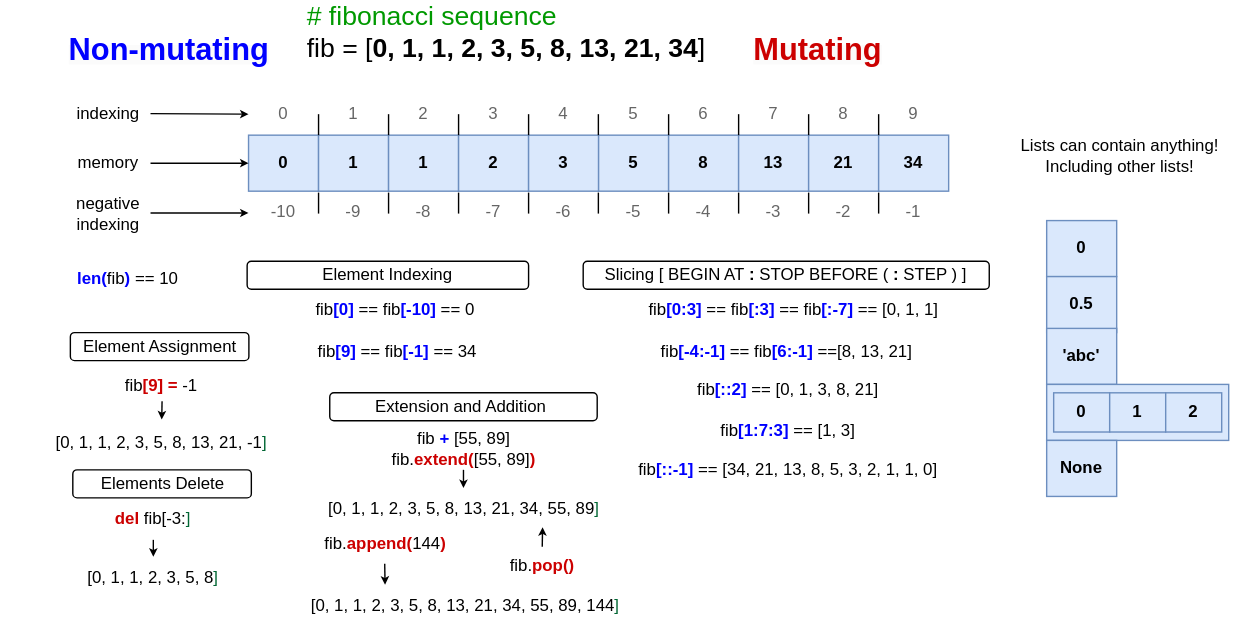
Above: learn_python/module2_basics/resources/SequenceIndexing.svg in bckohan/learn-python (draw.io), before the change. Source tidied: cells renumbered, new cells last; positions are measured from the earlier drawing's top-left corner, leaving out a move shared by most shapes.
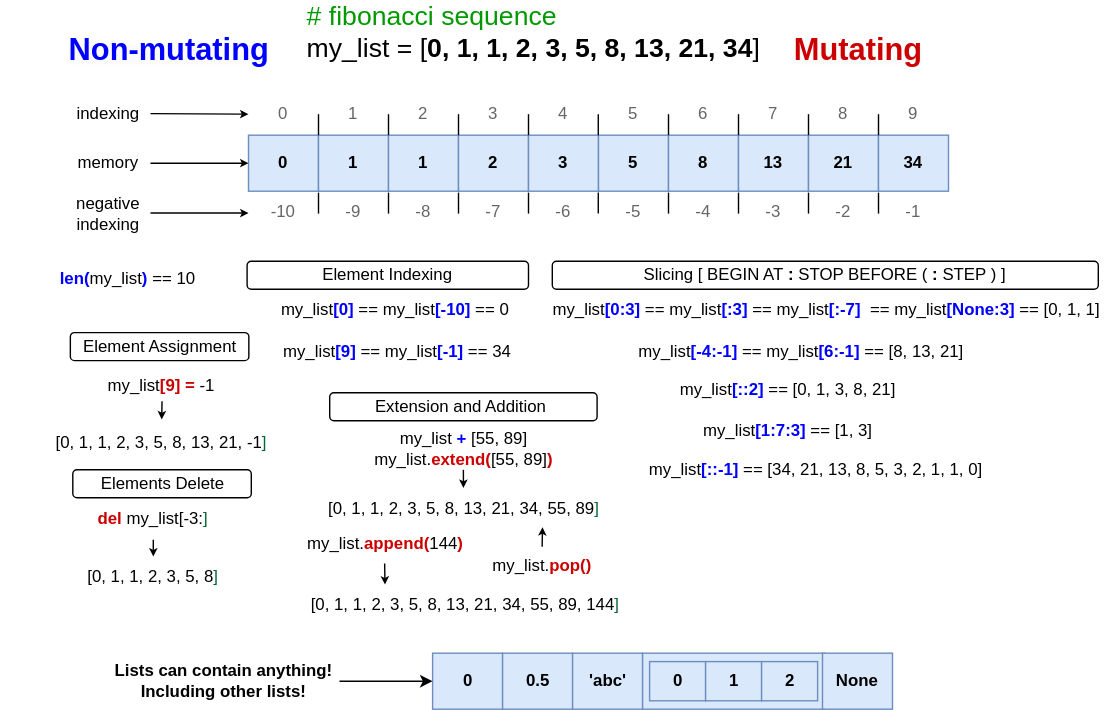
Later version of the same file.

The edit, as a diff of the source:
```diff
@@ -1,2 +1,2 @@
-<mxGraphModel background="#ffffff">
+<mxGraphModel background="#FFFFFF">
   <root>
@@ -34,3 +34,3 @@
     </mxCell>
-    <mxCell id="12" value="&lt;font style=&quot;font-size: 19px;&quot;&gt;&lt;font color=&quot;#009900&quot;&gt;# fibonacci sequence&lt;/font&gt;&lt;br&gt;fib = [&lt;b style=&quot;&quot;&gt;0, 1, 1, 2, 3, 5, 8, 13, 21, 34&lt;/b&gt;]&lt;/font&gt;" style="text;html=1;strokeColor=none;fillColor=none;align=left;verticalAlign=middle;whiteSpace=wrap;rounded=0;" parent="1" vertex="1">
+    <mxCell id="12" value="&lt;font style=&quot;font-size: 19px;&quot;&gt;&lt;font color=&quot;#009900&quot;&gt;# fibonacci sequence&lt;/font&gt;&lt;br&gt;my_list = [&lt;b style=&quot;&quot;&gt;0, 1, 1, 2, 3, 5, 8, 13, 21, 34&lt;/b&gt;]&lt;/font&gt;" style="text;html=1;strokeColor=none;fillColor=none;align=left;verticalAlign=middle;whiteSpace=wrap;rounded=0;" parent="1" vertex="1">
       <mxGeometry x="217" width="380" height="30" as="geometry" />
@@ -213,9 +213,9 @@
     </mxCell>
-    <mxCell id="57" value="&lt;b&gt;&lt;font color=&quot;#0000ff&quot;&gt;len(&lt;/font&gt;&lt;/b&gt;fib&lt;b&gt;&lt;font color=&quot;#0000ff&quot;&gt;)&lt;/font&gt;&lt;/b&gt; == 10" style="text;html=1;strokeColor=none;fillColor=none;align=center;verticalAlign=middle;whiteSpace=wrap;rounded=0;" parent="1" vertex="1">
+    <mxCell id="57" value="&lt;b&gt;&lt;font color=&quot;#0000ff&quot;&gt;len(&lt;/font&gt;&lt;/b&gt;my_list&lt;b&gt;&lt;font color=&quot;#0000ff&quot;&gt;)&lt;/font&gt;&lt;/b&gt; == 10" style="text;html=1;strokeColor=none;fillColor=none;align=center;verticalAlign=middle;whiteSpace=wrap;rounded=0;" parent="1" vertex="1">
       <mxGeometry x="36" y="166" width="110" height="50" as="geometry" />
     </mxCell>
-    <mxCell id="58" value="fib&lt;b style=&quot;border-color: var(--border-color);&quot;&gt;&lt;font style=&quot;border-color: var(--border-color);&quot; color=&quot;#0000ff&quot;&gt;[0]&lt;/font&gt;&lt;/b&gt;&amp;nbsp;== fib&lt;b&gt;&lt;font color=&quot;#0000ff&quot;&gt;[-10]&lt;/font&gt;&lt;/b&gt; == 0" style="text;html=1;strokeColor=none;fillColor=none;align=center;verticalAlign=middle;whiteSpace=wrap;rounded=0;" parent="1" vertex="1">
+    <mxCell id="58" value="my_list&lt;b style=&quot;border-color: var(--border-color);&quot;&gt;&lt;font style=&quot;border-color: var(--border-color);&quot; color=&quot;#0000ff&quot;&gt;[0]&lt;/font&gt;&lt;/b&gt;&amp;nbsp;== my_list&lt;b&gt;&lt;font color=&quot;#0000ff&quot;&gt;[-10]&lt;/font&gt;&lt;/b&gt; == 0" style="text;html=1;strokeColor=none;fillColor=none;align=center;verticalAlign=middle;whiteSpace=wrap;rounded=0;" parent="1" vertex="1">
       <mxGeometry x="187" y="198" width="190" height="30" as="geometry" />
     </mxCell>
-    <mxCell id="59" value="fib&lt;b&gt;&lt;font color=&quot;#0000ff&quot;&gt;[9]&lt;/font&gt;&lt;/b&gt; == fib&lt;b&gt;&lt;font color=&quot;#0000ff&quot;&gt;[-1]&lt;/font&gt;&lt;/b&gt;&amp;nbsp;== 34" style="text;html=1;strokeColor=none;fillColor=none;align=center;verticalAlign=middle;whiteSpace=wrap;rounded=0;" parent="1" vertex="1">
+    <mxCell id="59" value="my_list&lt;b&gt;&lt;font color=&quot;#0000ff&quot;&gt;[9]&lt;/font&gt;&lt;/b&gt; == my_list&lt;b&gt;&lt;font color=&quot;#0000ff&quot;&gt;[-1]&lt;/font&gt;&lt;/b&gt;&amp;nbsp;== 34" style="text;html=1;strokeColor=none;fillColor=none;align=center;verticalAlign=middle;whiteSpace=wrap;rounded=0;" parent="1" vertex="1">
       <mxGeometry x="167" y="228" width="233" height="30" as="geometry" />
@@ -226,9 +226,9 @@
     <mxCell id="61" value="Slicing [ BEGIN AT&amp;nbsp;&lt;b&gt;:&lt;/b&gt; STOP BEFORE (&amp;nbsp;&lt;b&gt;:&lt;/b&gt; STEP ) ]" style="rounded=1;whiteSpace=wrap;html=1;" parent="1" vertex="1">
-      <mxGeometry x="416" y="178" width="290" height="20" as="geometry" />
+      <mxGeometry x="394" y="178" width="390" height="20" as="geometry" />
     </mxCell>
-    <mxCell id="62" value="fib&lt;b&gt;&lt;font color=&quot;#0000ff&quot;&gt;[0:3]&lt;/font&gt; &lt;/b&gt;== fib&lt;b&gt;&lt;font color=&quot;#0000ff&quot;&gt;[:3]&lt;/font&gt;&lt;/b&gt;&amp;nbsp;== fib&lt;b&gt;&lt;font color=&quot;#0000ff&quot;&gt;[:-7]&lt;/font&gt;&amp;nbsp;&lt;/b&gt;== [0, 1, 1]" style="text;html=1;strokeColor=none;fillColor=none;align=center;verticalAlign=middle;whiteSpace=wrap;rounded=0;" parent="1" vertex="1">
-      <mxGeometry x="416" y="198" width="301" height="30" as="geometry" />
+    <mxCell id="62" value="my_list&lt;b&gt;&lt;font color=&quot;#0000ff&quot;&gt;[0:3]&lt;/font&gt; &lt;/b&gt;== my_list&lt;b&gt;&lt;font color=&quot;#0000ff&quot;&gt;[:3]&lt;/font&gt;&lt;/b&gt;&amp;nbsp;== my_list&lt;b&gt;&lt;font color=&quot;#0000ff&quot;&gt;[:-7]&lt;/font&gt;&amp;nbsp;&lt;/b&gt;&amp;nbsp;== my_list&lt;b&gt;&lt;font color=&quot;#0000ff&quot;&gt;[None:3]&amp;nbsp;&lt;/font&gt;&lt;/b&gt;== [0, 1, 1]" style="text;html=1;strokeColor=none;fillColor=none;align=center;verticalAlign=middle;whiteSpace=wrap;rounded=0;" parent="1" vertex="1">
+      <mxGeometry x="385" y="198" width="410" height="30" as="geometry" />
     </mxCell>
-    <mxCell id="63" value="fib&lt;b&gt;&lt;font color=&quot;#0000ff&quot;&gt;[-4:-1]&lt;/font&gt;&lt;/b&gt; == fib&lt;b&gt;&lt;font color=&quot;#0000ff&quot;&gt;[6:-1]&lt;/font&gt;&lt;/b&gt; ==[8, 13, 21]" style="text;html=1;strokeColor=none;fillColor=none;align=center;verticalAlign=middle;whiteSpace=wrap;rounded=0;" parent="1" vertex="1">
-      <mxGeometry x="445.5" y="228" width="231" height="30" as="geometry" />
+    <mxCell id="63" value="my_list&lt;b&gt;&lt;font color=&quot;#0000ff&quot;&gt;[-4:-1]&lt;/font&gt;&lt;/b&gt; == my_list&lt;b&gt;&lt;font color=&quot;#0000ff&quot;&gt;[6:-1]&lt;/font&gt;&lt;/b&gt; == [8, 13, 21]" style="text;html=1;strokeColor=none;fillColor=none;align=center;verticalAlign=middle;whiteSpace=wrap;rounded=0;" parent="1" vertex="1">
+      <mxGeometry x="445.5" y="228" width="251.5" height="30" as="geometry" />
     </mxCell>
@@ -237,3 +237,3 @@
     </mxCell>
-    <mxCell id="65" value="fib&lt;b&gt;&lt;font color=&quot;#cc0000&quot;&gt;[9]&lt;/font&gt;&lt;/b&gt; &lt;b&gt;&lt;font color=&quot;#cc0000&quot;&gt;=&lt;/font&gt;&lt;/b&gt; -1" style="text;html=1;strokeColor=none;fillColor=none;align=center;verticalAlign=middle;whiteSpace=wrap;rounded=0;" parent="1" vertex="1">
+    <mxCell id="65" value="my_list&lt;b&gt;&lt;font color=&quot;#cc0000&quot;&gt;[9]&lt;/font&gt;&lt;/b&gt; &lt;b&gt;&lt;font color=&quot;#cc0000&quot;&gt;=&lt;/font&gt;&lt;/b&gt; -1" style="text;html=1;strokeColor=none;fillColor=none;align=center;verticalAlign=middle;whiteSpace=wrap;rounded=0;" parent="1" vertex="1">
       <mxGeometry x="60.2" y="256" width="110" height="22" as="geometry" />
@@ -248,10 +248,10 @@
     </mxCell>
-    <mxCell id="68" value="fib&lt;b&gt;&lt;font color=&quot;#0000ff&quot;&gt;[::2]&lt;/font&gt;&lt;/b&gt; == [0, 1, 3, 8, 21]" style="text;html=1;strokeColor=none;fillColor=none;align=center;verticalAlign=middle;whiteSpace=wrap;rounded=0;" parent="1" vertex="1">
+    <mxCell id="68" value="my_list&lt;b&gt;&lt;font color=&quot;#0000ff&quot;&gt;[::2]&lt;/font&gt;&lt;/b&gt; == [0, 1, 3, 8, 21]" style="text;html=1;strokeColor=none;fillColor=none;align=center;verticalAlign=middle;whiteSpace=wrap;rounded=0;" parent="1" vertex="1">
       <mxGeometry x="446.5" y="255" width="231" height="30" as="geometry" />
     </mxCell>
-    <mxCell id="69" value="fib&lt;b&gt;&lt;font color=&quot;#0000ff&quot;&gt;[1:7:3]&lt;/font&gt;&lt;/b&gt; == [1, 3]" style="text;html=1;strokeColor=none;fillColor=none;align=center;verticalAlign=middle;whiteSpace=wrap;rounded=0;" parent="1" vertex="1">
+    <mxCell id="69" value="my_list&lt;b&gt;&lt;font color=&quot;#0000ff&quot;&gt;[1:7:3]&lt;/font&gt;&lt;/b&gt; == [1, 3]" style="text;html=1;strokeColor=none;fillColor=none;align=center;verticalAlign=middle;whiteSpace=wrap;rounded=0;" parent="1" vertex="1">
       <mxGeometry x="446.5" y="284" width="231" height="30" as="geometry" />
     </mxCell>
-    <mxCell id="70" value="fib&lt;b&gt;&lt;font color=&quot;#0000ff&quot;&gt;[::-1]&lt;/font&gt;&lt;/b&gt; == [34, 21, 13, 8, 5, 3, 2, 1, 1, 0]" style="text;html=1;strokeColor=none;fillColor=none;align=center;verticalAlign=middle;whiteSpace=wrap;rounded=0;" parent="1" vertex="1">
-      <mxGeometry x="446.5" y="312" width="231" height="30" as="geometry" />
+    <mxCell id="70" value="my_list&lt;b&gt;&lt;font color=&quot;#0000ff&quot;&gt;[::-1]&lt;/font&gt;&lt;/b&gt; == [34, 21, 13, 8, 5, 3, 2, 1, 1, 0]" style="text;html=1;strokeColor=none;fillColor=none;align=center;verticalAlign=middle;whiteSpace=wrap;rounded=0;" parent="1" vertex="1">
+      <mxGeometry x="446.5" y="312" width="270.5" height="30" as="geometry" />
     </mxCell>
@@ -266,6 +266,6 @@
     </mxCell>
-    <mxCell id="74" value="fib &lt;b&gt;&lt;font color=&quot;#0000ff&quot;&gt;+&lt;/font&gt;&lt;/b&gt; [55, 89]&lt;br&gt;fib.&lt;b&gt;&lt;font color=&quot;#cc0000&quot;&gt;extend(&lt;/font&gt;&lt;/b&gt;[55, 89]&lt;b&gt;&lt;font color=&quot;#cc0000&quot;&gt;)&lt;/font&gt;&lt;/b&gt;" style="text;html=1;strokeColor=none;fillColor=none;align=center;verticalAlign=middle;whiteSpace=wrap;rounded=0;" parent="1" vertex="1">
+    <mxCell id="74" value="my_list&amp;nbsp;&lt;b&gt;&lt;font color=&quot;#0000ff&quot;&gt;+&lt;/font&gt;&lt;/b&gt; [55, 89]&lt;br&gt;my_list.&lt;b&gt;&lt;font color=&quot;#cc0000&quot;&gt;extend(&lt;/font&gt;&lt;/b&gt;[55, 89]&lt;b&gt;&lt;font color=&quot;#cc0000&quot;&gt;)&lt;/font&gt;&lt;/b&gt;" style="text;html=1;strokeColor=none;fillColor=none;align=center;verticalAlign=middle;whiteSpace=wrap;rounded=0;" parent="1" vertex="1">
       <mxGeometry x="215.5" y="297" width="230" height="30" as="geometry" />
     </mxCell>
-    <mxCell id="75" value="fib.&lt;b&gt;&lt;font color=&quot;#cc0000&quot;&gt;append(&lt;/font&gt;&lt;/b&gt;144&lt;font color=&quot;#cc0000&quot;&gt;&lt;b&gt;)&lt;/b&gt;&lt;/font&gt;" style="text;html=1;strokeColor=none;fillColor=none;align=center;verticalAlign=middle;whiteSpace=wrap;rounded=0;" parent="1" vertex="1">
+    <mxCell id="75" value="my_list.&lt;b&gt;&lt;font color=&quot;#cc0000&quot;&gt;append(&lt;/font&gt;&lt;/b&gt;144&lt;font color=&quot;#cc0000&quot;&gt;&lt;b&gt;)&lt;/b&gt;&lt;/font&gt;" style="text;html=1;strokeColor=none;fillColor=none;align=center;verticalAlign=middle;whiteSpace=wrap;rounded=0;" parent="1" vertex="1">
       <mxGeometry x="213.5" y="366" width="121.5" height="28" as="geometry" />
@@ -281,3 +281,3 @@
     </mxCell>
-    <mxCell id="79" value="&lt;font style=&quot;font-size: 12px;&quot;&gt;&lt;b&gt;&lt;font color=&quot;#cc0000&quot;&gt;del&lt;/font&gt;&lt;/b&gt; fib[&lt;font style=&quot;font-size: 12px;&quot;&gt;-3:&lt;font style=&quot;&quot; color=&quot;#006633&quot;&gt;]&lt;/font&gt;&lt;/font&gt;&lt;/font&gt;" style="text;html=1;strokeColor=none;fillColor=none;align=center;verticalAlign=middle;whiteSpace=wrap;rounded=0;" parent="1" vertex="1">
+    <mxCell id="79" value="&lt;font style=&quot;font-size: 12px;&quot;&gt;&lt;b&gt;&lt;font color=&quot;#cc0000&quot;&gt;del&lt;/font&gt;&lt;/b&gt;&amp;nbsp;my_list[&lt;font style=&quot;font-size: 12px;&quot;&gt;-3:&lt;font style=&quot;&quot; color=&quot;#006633&quot;&gt;]&lt;/font&gt;&lt;/font&gt;&lt;/font&gt;" style="text;html=1;strokeColor=none;fillColor=none;align=center;verticalAlign=middle;whiteSpace=wrap;rounded=0;" parent="1" vertex="1">
       <mxGeometry x="58" y="347" width="102" height="30" as="geometry" />
@@ -288,3 +288,3 @@
     <mxCell id="81" value="&lt;b style=&quot;border-color: var(--border-color); color: rgb(0, 0, 0); font-family: Helvetica; font-style: normal; font-variant-ligatures: normal; font-variant-caps: normal; letter-spacing: normal; orphans: 2; text-align: center; text-indent: 0px; text-transform: none; widows: 2; word-spacing: 0px; -webkit-text-stroke-width: 0px; background-color: rgb(251, 251, 251); text-decoration-thickness: initial; text-decoration-style: initial; text-decoration-color: initial;&quot;&gt;&lt;font color=&quot;#cc0000&quot; style=&quot;border-color: var(--border-color); font-size: 22px;&quot;&gt;Mutating&lt;/font&gt;&lt;/b&gt;" style="text;whiteSpace=wrap;html=1;" parent="1" vertex="1">
-      <mxGeometry x="536" y="8" width="100" height="40" as="geometry" />
+      <mxGeometry x="565" y="8" width="100" height="40" as="geometry" />
     </mxCell>
@@ -296,3 +296,3 @@
     </mxCell>
-    <mxCell id="84" value="fib.&lt;b&gt;&lt;font color=&quot;#cc0000&quot;&gt;pop(&lt;/font&gt;&lt;/b&gt;&lt;font color=&quot;#cc0000&quot;&gt;&lt;b&gt;)&lt;/b&gt;&lt;/font&gt;" style="text;html=1;strokeColor=none;fillColor=none;align=center;verticalAlign=middle;whiteSpace=wrap;rounded=0;" parent="1" vertex="1">
+    <mxCell id="84" value="my_list.&lt;b&gt;&lt;font color=&quot;#cc0000&quot;&gt;pop(&lt;/font&gt;&lt;/b&gt;&lt;font color=&quot;#cc0000&quot;&gt;&lt;b&gt;)&lt;/b&gt;&lt;/font&gt;" style="text;html=1;strokeColor=none;fillColor=none;align=center;verticalAlign=middle;whiteSpace=wrap;rounded=0;" parent="1" vertex="1">
       <mxGeometry x="326" y="382" width="121.5" height="28" as="geometry" />
@@ -305,28 +305,31 @@
     <mxCell id="86" value="0" style="rounded=0;whiteSpace=wrap;html=1;fontStyle=1;fillColor=#dae8fc;strokeColor=#6c8ebf;" parent="1" vertex="1">
-      <mxGeometry x="747" y="149" width="50" height="40" as="geometry" />
+      <mxGeometry x="308.5" y="458" width="50" height="40" as="geometry" />
     </mxCell>
     <mxCell id="87" value="0.5" style="rounded=0;whiteSpace=wrap;html=1;fontStyle=1;fillColor=#dae8fc;strokeColor=#6c8ebf;" parent="1" vertex="1">
-      <mxGeometry x="747" y="189" width="50" height="40" as="geometry" />
+      <mxGeometry x="358.5" y="458" width="50" height="40" as="geometry" />
     </mxCell>
     <mxCell id="88" value="'abc'" style="rounded=0;whiteSpace=wrap;html=1;fontStyle=1;fillColor=#dae8fc;strokeColor=#6c8ebf;" parent="1" vertex="1">
-      <mxGeometry x="747" y="226" width="50" height="40" as="geometry" />
+      <mxGeometry x="408.5" y="458" width="50" height="40" as="geometry" />
     </mxCell>
     <mxCell id="89" style="rounded=0;whiteSpace=wrap;html=1;fontStyle=1;fillColor=#dae8fc;strokeColor=#6c8ebf;" parent="1" vertex="1">
-      <mxGeometry x="747" y="266" width="130" height="40" as="geometry" />
+      <mxGeometry x="458.5" y="458" width="130" height="40" as="geometry" />
     </mxCell>
     <mxCell id="90" value="None" style="rounded=0;whiteSpace=wrap;html=1;fontStyle=1;fillColor=#dae8fc;strokeColor=#6c8ebf;" parent="1" vertex="1">
-      <mxGeometry x="747" y="306" width="50" height="40" as="geometry" />
+      <mxGeometry x="587" y="458" width="50" height="40" as="geometry" />
     </mxCell>
     <mxCell id="91" value="0" style="rounded=0;whiteSpace=wrap;html=1;fontStyle=1;fillColor=#dae8fc;strokeColor=#6c8ebf;" parent="1" vertex="1">
-      <mxGeometry x="752" y="272" width="40" height="28" as="geometry" />
+      <mxGeometry x="463.5" y="464" width="40" height="28" as="geometry" />
     </mxCell>
     <mxCell id="92" value="1" style="rounded=0;whiteSpace=wrap;html=1;fontStyle=1;fillColor=#dae8fc;strokeColor=#6c8ebf;" parent="1" vertex="1">
-      <mxGeometry x="792" y="272" width="40" height="28" as="geometry" />
+      <mxGeometry x="503.5" y="464" width="40" height="28" as="geometry" />
     </mxCell>
     <mxCell id="93" value="2" style="rounded=0;whiteSpace=wrap;html=1;fontStyle=1;fillColor=#dae8fc;strokeColor=#6c8ebf;" parent="1" vertex="1">
-      <mxGeometry x="832" y="272" width="40" height="28" as="geometry" />
+      <mxGeometry x="543.5" y="464" width="40" height="28" as="geometry" />
     </mxCell>
-    <mxCell id="94" value="Lists can contain anything! Including other lists!" style="text;html=1;strokeColor=none;fillColor=none;align=center;verticalAlign=middle;whiteSpace=wrap;rounded=0;" parent="1" vertex="1">
-      <mxGeometry x="717" y="88" width="165" height="30" as="geometry" />
+    <mxCell id="94" value="&lt;b&gt;Lists can contain anything! Including other lists!&lt;/b&gt;" style="text;html=1;strokeColor=none;fillColor=none;align=center;verticalAlign=middle;whiteSpace=wrap;rounded=0;" parent="1" vertex="1">
+      <mxGeometry x="77" y="463" width="165" height="30" as="geometry" />
     </mxCell>
+    <mxCell id="95" style="endArrow=classic;html=1;rounded=0;exitX=1;exitY=0.5;exitDx=0;exitDy=0;entryX=0;entryY=0.5;entryDx=0;entryDy=0;" parent="1" edge="1" source="94" target="86">
+      <mxGeometry relative="1" as="geometry" />
+    </mxCell>
   </root>
```
